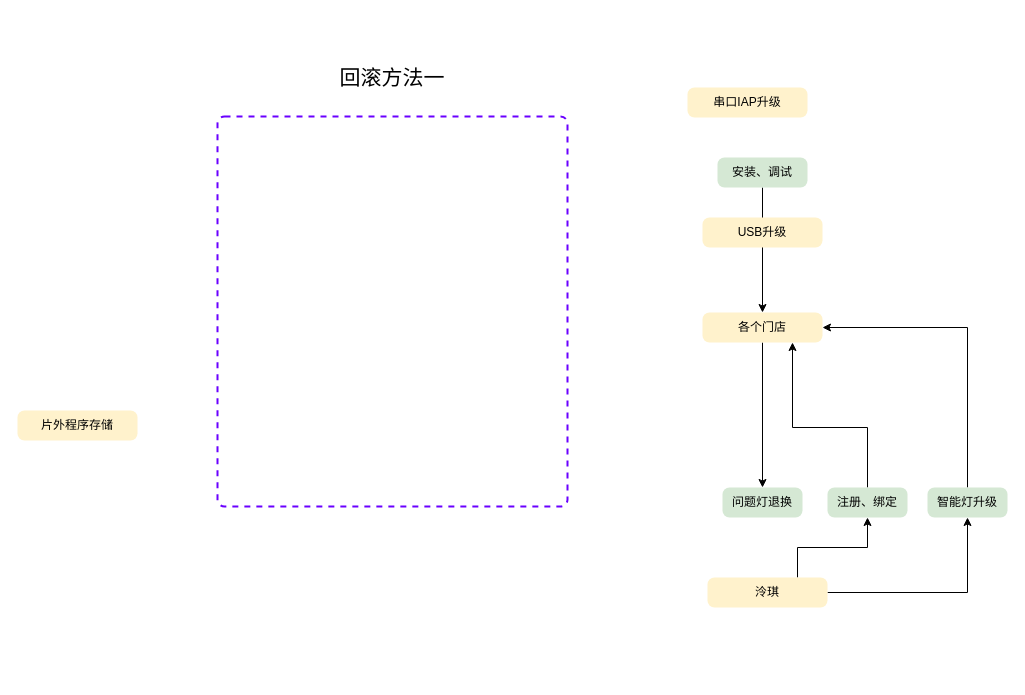
This is FOTA升级优化.drawio from zjh6607476/drawing, a draw.io file, before an edit. Source tidied: cells renumbered, new cells numbered last; positions are measured from the earlier drawing's top-left corner, leaving out a move shared by most shapes. Both pictures are drawn from the tidied source at 100%, with x=0, y=0 at pixel (17, 67).
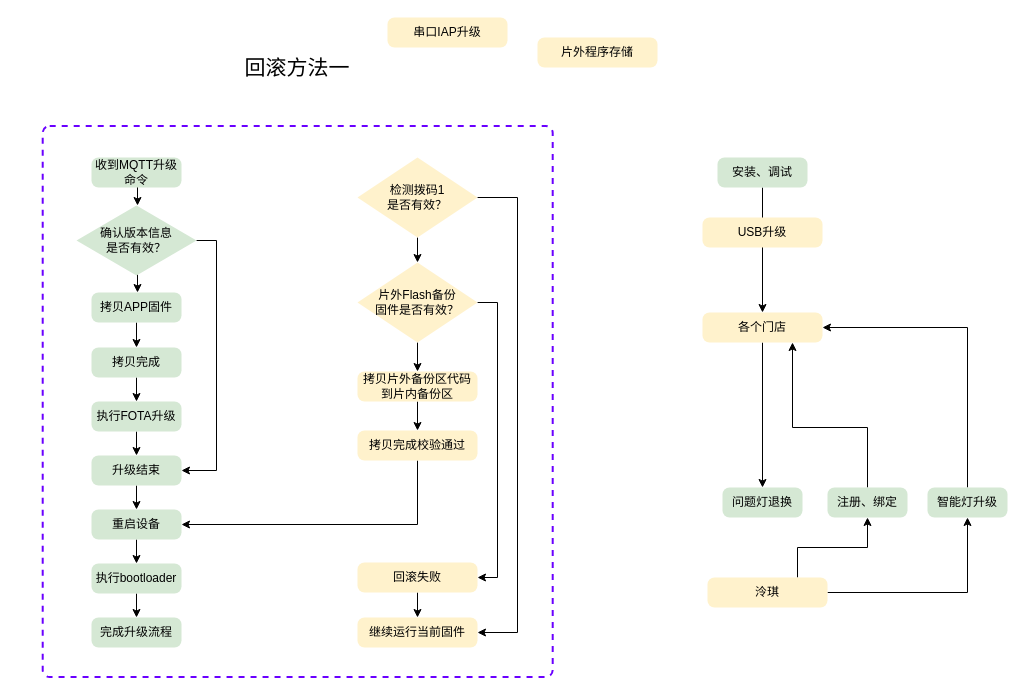
Above is the later version.

Commit message (it also covers changes not shown here):
更新FOTA升级优化.drawio

Diff of the diagram source:
```diff
@@
+    <mxCell id="19" style="edgeStyle=orthogonalEdgeStyle;rounded=0;orthogonalLoop=1;jettySize=auto;html=1;entryX=0.5;entryY=0;entryDx=0;entryDy=0;" parent="1" edge="1">
+      <mxGeometry relative="1" as="geometry">
+        <mxPoint x="120" y="200" as="sourcePoint" />
+        <mxPoint x="120" y="225" as="targetPoint" />
+      </mxGeometry>
+    </mxCell>
+    <mxCell id="20" style="edgeStyle=orthogonalEdgeStyle;rounded=0;orthogonalLoop=1;jettySize=auto;html=1;entryX=0.5;entryY=0;entryDx=0;entryDy=0;" parent="1" edge="1">
+      <mxGeometry relative="1" as="geometry">
+        <mxPoint x="120" y="113" as="sourcePoint" />
+        <mxPoint x="120" y="138" as="targetPoint" />
+      </mxGeometry>
+    </mxCell>
@@
+    <mxCell id="21" style="edgeStyle=orthogonalEdgeStyle;rounded=0;jettySize=auto;html=1;entryX=1;entryY=0.5;entryDx=0;entryDy=0;exitX=1;exitY=0.5;exitDx=0;exitDy=0;" parent="1" edge="1" source="34" target="49">
+      <mxGeometry relative="1" as="geometry">
+        <Array as="points">
+          <mxPoint x="500" y="130" />
+          <mxPoint x="500" y="565" />
+        </Array>
+      </mxGeometry>
+    </mxCell>
     <mxCell id="14" style="rounded=1;whiteSpace=wrap;html=1;absoluteArcSize=1;arcSize=14;strokeWidth=2;fontSize=9;dashed=1;fillColor=none;strokeColor=#6a00ff;fontColor=#ffffff;" parent="1" vertex="1">
-      <mxGeometry x="200" y="49" width="350" height="390" as="geometry" />
+      <mxGeometry x="25.2" y="58.5" width="510" height="551" as="geometry" />
     </mxCell>
     <mxCell id="15" value="&lt;font style=&quot;font-size: 21px&quot;&gt;回滚方法一&lt;/font&gt;" style="text;html=1;strokeColor=none;fillColor=none;align=center;verticalAlign=middle;whiteSpace=wrap;rounded=0;dashed=1;fontSize=9;" parent="1" vertex="1">
-      <mxGeometry x="295" width="160" height="20" as="geometry" />
+      <mxGeometry x="200" y="-10" width="160" height="20" as="geometry" />
     </mxCell>
@@
     <mxCell id="17" value="串口IAP升级" style="rounded=1;whiteSpace=wrap;html=1;absoluteArcSize=1;arcSize=14;strokeWidth=2;fillColor=#fff2cc;strokeColor=none;" parent="1" vertex="1">
-      <mxGeometry x="670" y="20" width="120" height="30" as="geometry" />
+      <mxGeometry x="370" y="-50" width="120" height="30" as="geometry" />
     </mxCell>
     <mxCell id="18" value="片外程序存储" style="rounded=1;whiteSpace=wrap;html=1;absoluteArcSize=1;arcSize=14;strokeWidth=2;fillColor=#fff2cc;strokeColor=none;" parent="1" vertex="1">
-      <mxGeometry y="343" width="120" height="30" as="geometry" />
+      <mxGeometry x="520" y="-30" width="120" height="30" as="geometry" />
     </mxCell>
+    <mxCell id="22" value="收到MQTT升级命令" style="rounded=1;whiteSpace=wrap;html=1;absoluteArcSize=1;arcSize=14;strokeWidth=2;fillColor=#d5e8d4;strokeColor=none;" parent="1" vertex="1">
+      <mxGeometry x="74" y="90" width="90" height="30" as="geometry" />
+    </mxCell>
+    <mxCell id="23" style="edgeStyle=orthogonalEdgeStyle;rounded=0;jettySize=auto;html=1;entryX=0.5;entryY=0;entryDx=0;entryDy=0;" parent="1" edge="1" source="24" target="28">
+      <mxGeometry relative="1" as="geometry" />
+    </mxCell>
+    <mxCell id="24" value="拷贝APP固件" style="rounded=1;whiteSpace=wrap;html=1;absoluteArcSize=1;arcSize=14;strokeWidth=2;fillColor=#d5e8d4;strokeColor=none;" parent="1" vertex="1">
+      <mxGeometry x="74" y="225" width="90" height="30" as="geometry" />
+    </mxCell>
+    <mxCell id="25" style="edgeStyle=orthogonalEdgeStyle;rounded=0;jettySize=auto;html=1;exitX=1;exitY=0.5;exitDx=0;exitDy=0;entryX=1;entryY=0.5;entryDx=0;entryDy=0;" parent="1" edge="1" source="26" target="32">
+      <mxGeometry relative="1" as="geometry" />
+    </mxCell>
+    <mxCell id="26" value="确认版本信息&lt;br&gt;是否有效？" style="rhombus;whiteSpace=wrap;html=1;fillColor=#d5e8d4;strokeColor=none;" parent="1" vertex="1">
+      <mxGeometry x="59" y="138" width="120" height="70" as="geometry" />
+    </mxCell>
+    <mxCell id="27" style="edgeStyle=orthogonalEdgeStyle;rounded=0;jettySize=auto;html=1;" parent="1" edge="1" source="28" target="30">
+      <mxGeometry relative="1" as="geometry" />
+    </mxCell>
+    <mxCell id="28" value="拷贝完成" style="rounded=1;whiteSpace=wrap;html=1;absoluteArcSize=1;arcSize=14;strokeWidth=2;fillColor=#d5e8d4;strokeColor=none;" parent="1" vertex="1">
+      <mxGeometry x="74" y="280" width="90" height="30" as="geometry" />
+    </mxCell>
+    <mxCell id="29" style="edgeStyle=orthogonalEdgeStyle;rounded=0;jettySize=auto;html=1;entryX=0.5;entryY=0;entryDx=0;entryDy=0;" parent="1" edge="1" source="30" target="32">
+      <mxGeometry relative="1" as="geometry" />
+    </mxCell>
+    <mxCell id="30" value="执行FOTA升级" style="rounded=1;whiteSpace=wrap;html=1;absoluteArcSize=1;arcSize=14;strokeWidth=2;fillColor=#d5e8d4;strokeColor=none;" parent="1" vertex="1">
+      <mxGeometry x="74" y="334" width="90" height="30" as="geometry" />
+    </mxCell>
+    <mxCell id="31" style="edgeStyle=orthogonalEdgeStyle;rounded=0;jettySize=auto;html=1;entryX=0.5;entryY=0;entryDx=0;entryDy=0;" parent="1" edge="1" source="32" target="41">
+      <mxGeometry relative="1" as="geometry" />
+    </mxCell>
+    <mxCell id="32" value="升级结束" style="rounded=1;whiteSpace=wrap;html=1;absoluteArcSize=1;arcSize=14;strokeWidth=2;fillColor=#d5e8d4;strokeColor=none;" parent="1" vertex="1">
+      <mxGeometry x="74" y="388" width="90" height="30" as="geometry" />
+    </mxCell>
+    <mxCell id="33" style="edgeStyle=orthogonalEdgeStyle;rounded=0;jettySize=auto;html=1;" parent="1" edge="1" source="34" target="37">
+      <mxGeometry relative="1" as="geometry" />
+    </mxCell>
+    <mxCell id="34" value="检测拨码1&lt;br&gt;是否有效？" style="rhombus;whiteSpace=wrap;html=1;fillColor=#fff2cc;strokeColor=none;" parent="1" vertex="1">
+      <mxGeometry x="340" y="90" width="120" height="80" as="geometry" />
+    </mxCell>
+    <mxCell id="35" style="edgeStyle=orthogonalEdgeStyle;rounded=0;jettySize=auto;html=1;" parent="1" edge="1" source="37" target="39">
+      <mxGeometry relative="1" as="geometry" />
+    </mxCell>
+    <mxCell id="36" style="edgeStyle=orthogonalEdgeStyle;rounded=0;jettySize=auto;html=1;entryX=1;entryY=0.5;entryDx=0;entryDy=0;exitX=1;exitY=0.5;exitDx=0;exitDy=0;" parent="1" edge="1" source="37" target="48">
+      <mxGeometry relative="1" as="geometry" />
+    </mxCell>
+    <mxCell id="37" value="片外Flash备份&lt;br&gt;固件是否有效？" style="rhombus;whiteSpace=wrap;html=1;fillColor=#fff2cc;strokeColor=none;" parent="1" vertex="1">
+      <mxGeometry x="340" y="195" width="120" height="80" as="geometry" />
+    </mxCell>
+    <mxCell id="38" style="edgeStyle=orthogonalEdgeStyle;rounded=0;jettySize=auto;html=1;entryX=0.5;entryY=0;entryDx=0;entryDy=0;" parent="1" edge="1" source="39" target="46">
+      <mxGeometry relative="1" as="geometry" />
+    </mxCell>
+    <mxCell id="39" value="拷贝片外备份区代码到片内备份区" style="rounded=1;whiteSpace=wrap;html=1;absoluteArcSize=1;arcSize=14;strokeWidth=2;fillColor=#fff2cc;strokeColor=none;" parent="1" vertex="1">
+      <mxGeometry x="340" y="304" width="120" height="30" as="geometry" />
+    </mxCell>
+    <mxCell id="40" style="edgeStyle=orthogonalEdgeStyle;rounded=0;jettySize=auto;html=1;entryX=0.5;entryY=0;entryDx=0;entryDy=0;" parent="1" edge="1" source="41" target="43">
+      <mxGeometry relative="1" as="geometry" />
+    </mxCell>
+    <mxCell id="41" value="重启设备" style="rounded=1;whiteSpace=wrap;html=1;absoluteArcSize=1;arcSize=14;strokeWidth=2;fillColor=#d5e8d4;strokeColor=none;" parent="1" vertex="1">
+      <mxGeometry x="74" y="442" width="90" height="30" as="geometry" />
+    </mxCell>
+    <mxCell id="42" style="edgeStyle=orthogonalEdgeStyle;rounded=0;jettySize=auto;html=1;entryX=0.5;entryY=0;entryDx=0;entryDy=0;" parent="1" edge="1" source="43" target="44">
+      <mxGeometry relative="1" as="geometry" />
+    </mxCell>
+    <mxCell id="43" value="执行bootloader" style="rounded=1;whiteSpace=wrap;html=1;absoluteArcSize=1;arcSize=14;strokeWidth=2;fillColor=#d5e8d4;strokeColor=none;" parent="1" vertex="1">
+      <mxGeometry x="74" y="496" width="90" height="30" as="geometry" />
+    </mxCell>
+    <mxCell id="44" value="完成升级流程" style="rounded=1;whiteSpace=wrap;html=1;absoluteArcSize=1;arcSize=14;strokeWidth=2;fillColor=#d5e8d4;strokeColor=none;" parent="1" vertex="1">
+      <mxGeometry x="74" y="550" width="90" height="30" as="geometry" />
+    </mxCell>
+    <mxCell id="45" style="edgeStyle=orthogonalEdgeStyle;rounded=0;jettySize=auto;html=1;exitX=0.5;exitY=1;exitDx=0;exitDy=0;entryX=1;entryY=0.5;entryDx=0;entryDy=0;" parent="1" edge="1" source="46" target="41">
+      <mxGeometry relative="1" as="geometry" />
+    </mxCell>
+    <mxCell id="46" value="拷贝完成校验通过" style="rounded=1;whiteSpace=wrap;html=1;absoluteArcSize=1;arcSize=14;strokeWidth=2;fillColor=#fff2cc;strokeColor=none;" parent="1" vertex="1">
+      <mxGeometry x="340" y="363" width="120" height="30" as="geometry" />
+    </mxCell>
+    <mxCell id="47" style="edgeStyle=orthogonalEdgeStyle;rounded=0;jettySize=auto;html=1;entryX=0.5;entryY=0;entryDx=0;entryDy=0;" parent="1" edge="1" source="48" target="49">
+      <mxGeometry relative="1" as="geometry" />
+    </mxCell>
+    <mxCell id="48" value="回滚失败" style="rounded=1;whiteSpace=wrap;html=1;absoluteArcSize=1;arcSize=14;strokeWidth=2;fillColor=#fff2cc;strokeColor=none;" parent="1" vertex="1">
+      <mxGeometry x="340" y="495" width="120" height="30" as="geometry" />
+    </mxCell>
+    <mxCell id="49" value="继续运行当前固件" style="rounded=1;whiteSpace=wrap;html=1;absoluteArcSize=1;arcSize=14;strokeWidth=2;fillColor=#fff2cc;strokeColor=none;" parent="1" vertex="1">
+      <mxGeometry x="340" y="550" width="120" height="30" as="geometry" />
+    </mxCell>
```
